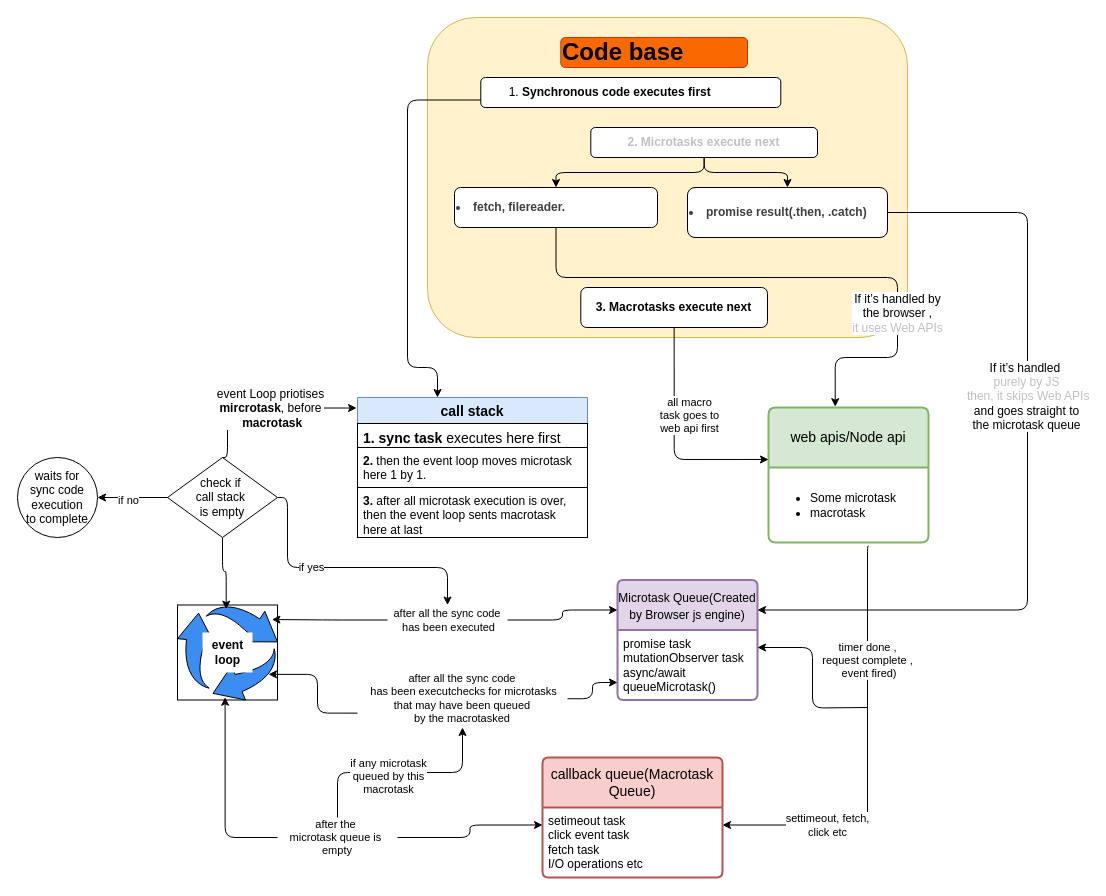
Above: jsANDts/jslang/js-media/eventloopinjs.drawio in knkrn5/Programming-Concepts (draw.io), before the change. Source tidied: cells renumbered, new cells numbered last; positions are measured from the earlier drawing's top-left corner, leaving out a move shared by most shapes. Both pictures are drawn from the tidied source at 100%, with x=0, y=0 at pixel (17, 17).
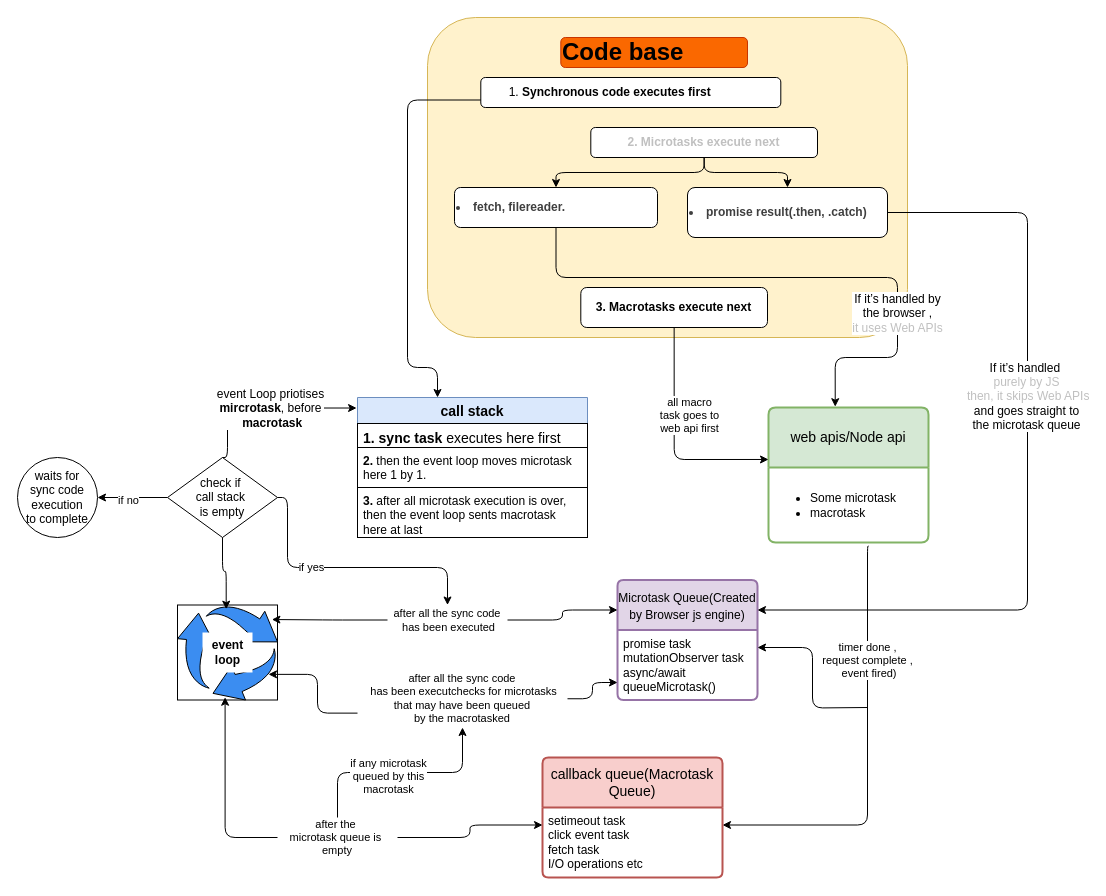
The same page after the edit.

Commit message (it also covers changes not shown here):
Implement code changes to enhance functionality and improve performance

The change refers to these unchanged cells:
```xml
<mxCell id="12" style="edgeStyle=orthogonalEdgeStyle;html=1;entryX=1;entryY=0.25;entryDx=0;entryDy=0;flowAnimation=1;exitX=0.625;exitY=1.047;exitDx=0;exitDy=0;exitPerimeter=0;" parent="1" edge="1" source="16" target="18">
  <mxGeometry relative="1" as="geometry">
    <Array as="points">
      <mxPoint x="850" y="808" />
    </Array>
  </mxGeometry>
</mxCell>
```

Diff of the diagram source:
```diff
@@
-    <mxCell id="14" value="settimeout, fetch,&lt;div&gt;click etc&lt;/div&gt;" style="edgeLabel;html=1;align=center;verticalAlign=middle;" parent="12" vertex="1">
-      <mxGeometry x="0.51" relative="1" as="geometry" />
-    </mxCell>
```
